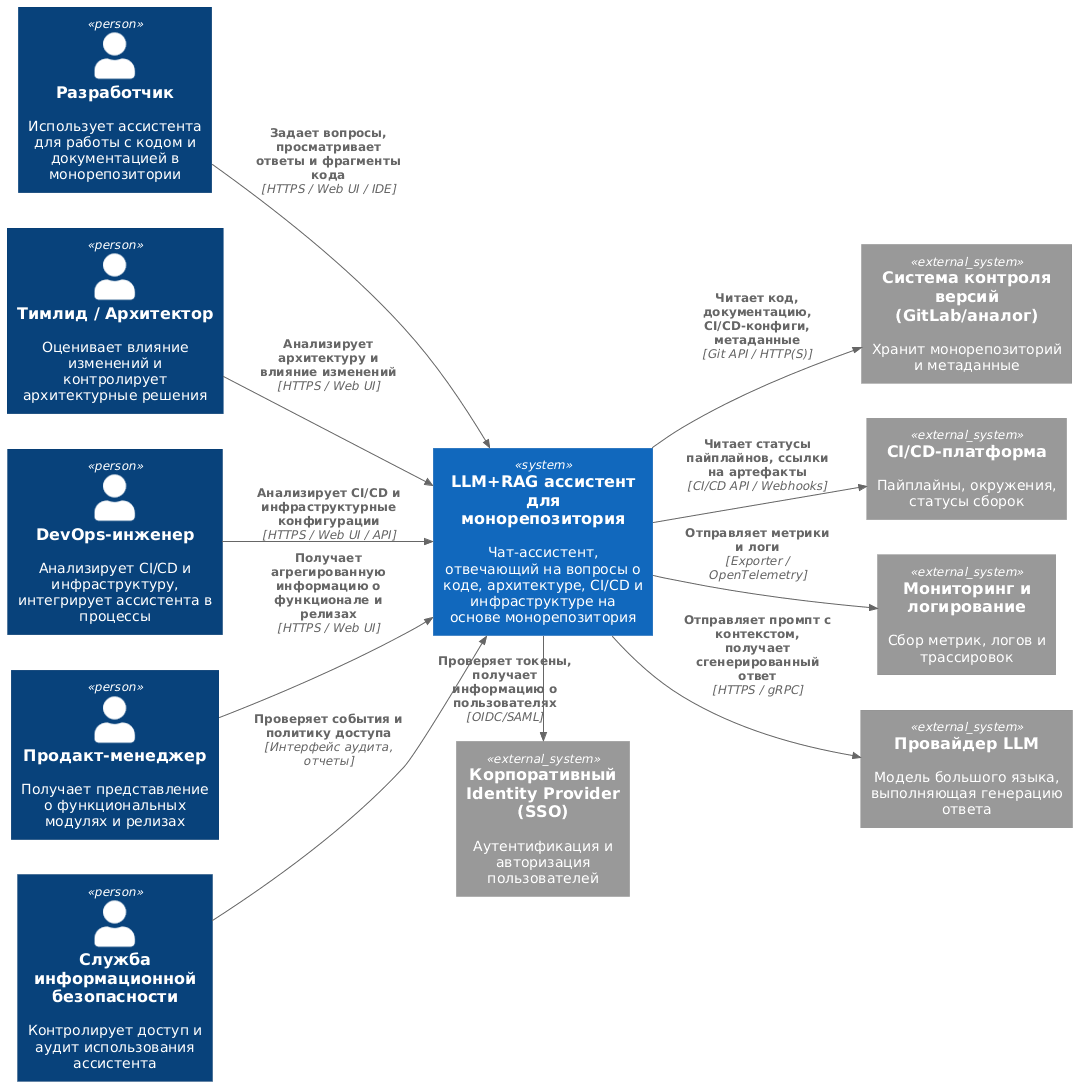
Earlier version of the PlantUML export LabWork2/context-diagram.png (GaagAlex1/labs_design_of_software_systems_architecture_gaag). Source of this version:
```plantuml
@startuml

!include https://raw.githubusercontent.com/plantuml-stdlib/C4-PlantUML/master/C4_Context.puml

LAYOUT_LEFT_RIGHT()

Person(dev, "Разработчик", "Использует ассистента для работы с кодом и документацией в монорепозитории")
Person(lead, "Тимлид / Архитектор", "Оценивает влияние изменений и контролирует архитектурные решения")
Person(devops, "DevOps-инженер", "Анализирует CI/CD и инфраструктуру, интегрирует ассистента в процессы")
Person(pm, "Продакт-менеджер", "Получает представление о функциональных модулях и релизах")
Person(sec, "Служба информационной безопасности", "Контролирует доступ и аудит использования ассистента")

System(system_llm, "LLM+RAG ассистент для монорепозитория", "Чат-ассистент, отвечающий на вопросы о коде, архитектуре, CI/CD и инфраструктуре на основе монорепозитория")

System_Ext(git, "Система контроля версий (GitLab/аналог)", "Хранит монорепозиторий и метаданные")
System_Ext(ci, "CI/CD-платформа", "Пайплайны, окружения, статусы сборок")
System_Ext(idp, "Корпоративный Identity Provider (SSO)", "Аутентификация и авторизация пользователей")
System_Ext(monitoring, "Мониторинг и логирование", "Сбор метрик, логов и трассировок")
System_Ext(llm, "Провайдер LLM", "Модель большого языка, выполняющая генерацию ответа")

Rel(dev, system_llm, "Задает вопросы, просматривает ответы и фрагменты кода", "HTTPS / Web UI / IDE")
Rel(lead, system_llm, "Анализирует архитектуру и влияние изменений", "HTTPS / Web UI")
Rel(devops, system_llm, "Анализирует CI/CD и инфраструктурные конфигурации", "HTTPS / Web UI / API")
Rel(pm, system_llm, "Получает агрегированную информацию о функционале и релизах", "HTTPS / Web UI")
Rel(sec, system_llm, "Проверяет события и политику доступа", "Интерфейс аудита, отчеты")

Rel(system_llm, git, "Читает код, документацию, CI/CD-конфиги, метаданные", "Git API / HTTP(S)")
Rel(system_llm, ci, "Читает статусы пайплайнов, ссылки на артефакты", "CI/CD API / Webhooks")
Rel_R(system_llm, idp, "Проверяет токены, получает информацию о пользователях", "OIDC/SAML")
Rel(system_llm, monitoring, "Отправляет метрики и логи", "Exporter / OpenTelemetry")
Rel(system_llm, llm, "Отправляет промпт с контекстом, получает сгенерированный ответ", "HTTPS / gRPC")
@enduml
```
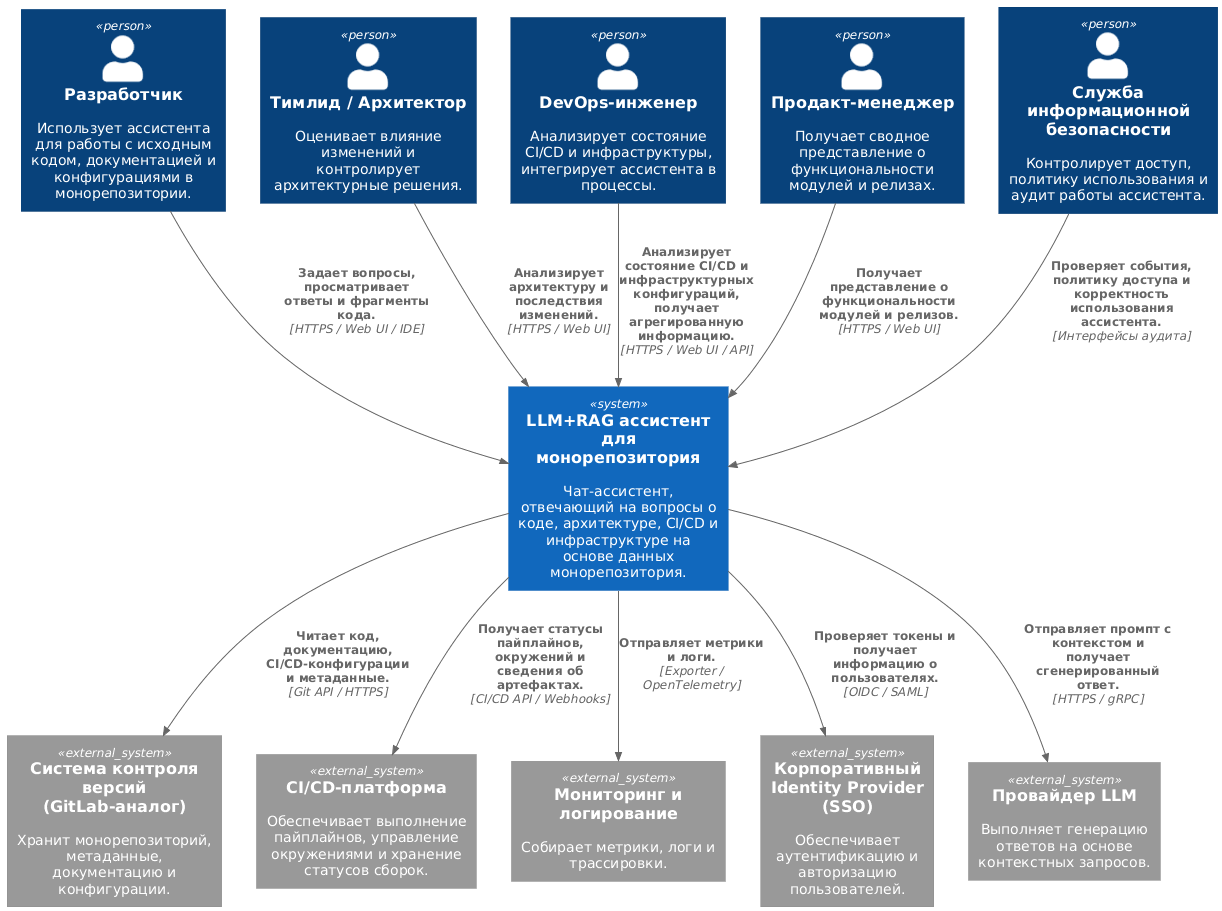
The same file after the commit.

Diff of the diagram source:
```diff
@@ -1,32 +1,29 @@
 @startuml
-
 !include https://raw.githubusercontent.com/plantuml-stdlib/C4-PlantUML/master/C4_Context.puml
 
-LAYOUT_LEFT_RIGHT()
+Person(dev, "Разработчик", "Использует ассистента для работы с исходным кодом, документацией и конфигурациями в монорепозитории.")
+Person(architect, "Тимлид / Архитектор", "Оценивает влияние изменений и контролирует архитектурные решения.")
+Person(devops, "DevOps-инженер", "Анализирует состояние CI/CD и инфраструктуры, интегрирует ассистента в процессы.")
+Person(pmanager, "Продакт-менеджер", "Получает сводное представление о функциональности модулей и релизах.")
+Person(sec, "Служба информационной безопасности", "Контролирует доступ, политику использования и аудит работы ассистента.")
 
-Person(dev, "Разработчик", "Использует ассистента для работы с кодом и документацией в монорепозитории")
-Person(lead, "Тимлид / Архитектор", "Оценивает влияние изменений и контролирует архитектурные решения")
-Person(devops, "DevOps-инженер", "Анализирует CI/CD и инфраструктуру, интегрирует ассистента в процессы")
-Person(pm, "Продакт-менеджер", "Получает представление о функциональных модулях и релизах")
-Person(sec, "Служба информационной безопасности", "Контролирует доступ и аудит использования ассистента")
+System(llm, "LLM+RAG ассистент для монорепозитория", "Чат-ассистент, отвечающий на вопросы о коде, архитектуре, CI/CD и инфраструктуре на основе данных монорепозитория.")
 
-System(system_llm, "LLM+RAG ассистент для монорепозитория", "Чат-ассистент, отвечающий на вопросы о коде, архитектуре, CI/CD и инфраструктуре на основе монорепозитория")
+System_Ext(vcs, "Система контроля версий (GitLab-аналог)", "Хранит монорепозиторий, метаданные, документацию и конфигурации.")
+System_Ext(ci, "CI/CD-платформа", "Обеспечивает выполнение пайплайнов, управление окружениями и хранение статусов сборок.")
+System_Ext(mon, "Мониторинг и логирование", "Собирает метрики, логи и трассировки.")
+System_Ext(idp, "Корпоративный Identity Provider (SSO)", "Обеспечивает аутентификацию и авторизацию пользователей.")
+System_Ext(provider, "Провайдер LLM", "Выполняет генерацию ответов на основе контекстных запросов.")
 
-System_Ext(git, "Система контроля версий (GitLab/аналог)", "Хранит монорепозиторий и метаданные")
-System_Ext(ci, "CI/CD-платформа", "Пайплайны, окружения, статусы сборок")
-System_Ext(idp, "Корпоративный Identity Provider (SSO)", "Аутентификация и авторизация пользователей")
-System_Ext(monitoring, "Мониторинг и логирование", "Сбор метрик, логов и трассировок")
-System_Ext(llm, "Провайдер LLM", "Модель большого языка, выполняющая генерацию ответа")
+Rel(dev, llm, "Задает вопросы, просматривает ответы и фрагменты кода.", "HTTPS / Web UI / IDE")
+Rel(architect, llm, "Анализирует архитектуру и последствия изменений.", "HTTPS / Web UI")
+Rel(devops, llm, "Анализирует состояние CI/CD и инфраструктурных конфигураций, получает агрегированную информацию.", "HTTPS / Web UI / API")
+Rel(pmanager, llm, "Получает представление о функциональности модулей и релизов.", "HTTPS / Web UI")
+Rel(sec, llm, "Проверяет события, политику доступа и корректность использования ассистента.", "Интерфейсы аудита")
 
-Rel(dev, system_llm, "Задает вопросы, просматривает ответы и фрагменты кода", "HTTPS / Web UI / IDE")
-Rel(lead, system_llm, "Анализирует архитектуру и влияние изменений", "HTTPS / Web UI")
-Rel(devops, system_llm, "Анализирует CI/CD и инфраструктурные конфигурации", "HTTPS / Web UI / API")
-Rel(pm, system_llm, "Получает агрегированную информацию о функционале и релизах", "HTTPS / Web UI")
-Rel(sec, system_llm, "Проверяет события и политику доступа", "Интерфейс аудита, отчеты")
-
-Rel(system_llm, git, "Читает код, документацию, CI/CD-конфиги, метаданные", "Git API / HTTP(S)")
-Rel(system_llm, ci, "Читает статусы пайплайнов, ссылки на артефакты", "CI/CD API / Webhooks")
-Rel_R(system_llm, idp, "Проверяет токены, получает информацию о пользователях", "OIDC/SAML")
-Rel(system_llm, monitoring, "Отправляет метрики и логи", "Exporter / OpenTelemetry")
-Rel(system_llm, llm, "Отправляет промпт с контекстом, получает сгенерированный ответ", "HTTPS / gRPC")
+Rel(llm, vcs, "Читает код, документацию, CI/CD-конфигурации и метаданные.", "Git API / HTTPS")
+Rel(llm, ci, "Получает статусы пайплайнов, окружений и сведения об артефактах.", "CI/CD API / Webhooks")
+Rel(llm, mon, "Отправляет метрики и логи.", "Exporter / OpenTelemetry")
+Rel(llm, idp, "Проверяет токены и получает информацию о пользователях.", "OIDC / SAML")
+Rel(llm, provider, "Отправляет промпт с контекстом и получает сгенерированный ответ.", "HTTPS / gRPC")
 @enduml
```
